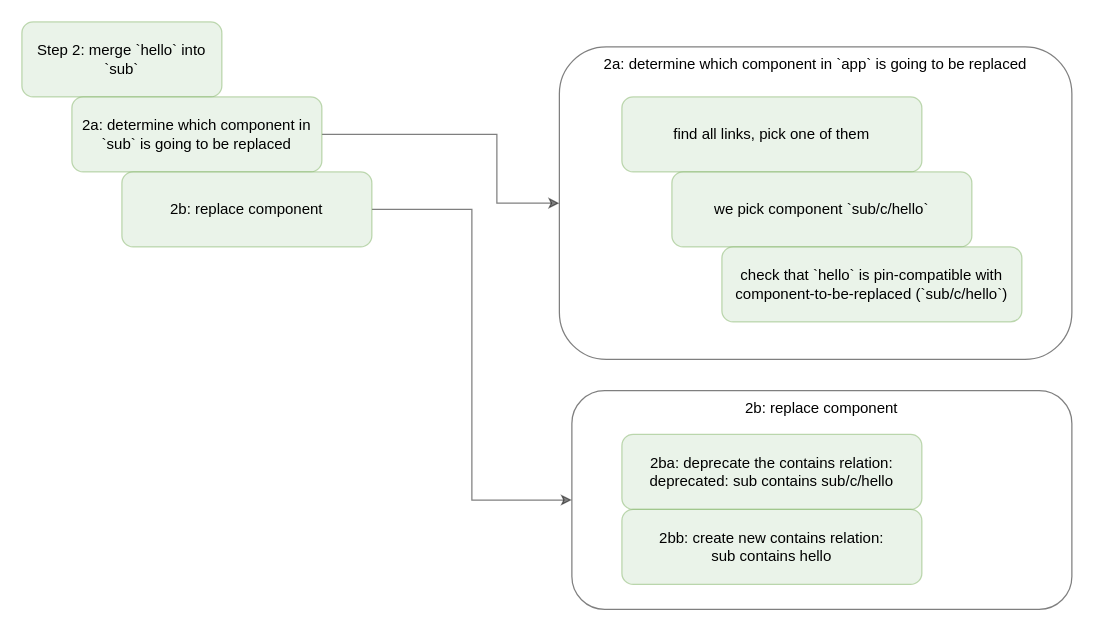
Above: page "Step 2 Overview" (9 of 13) of hello manual.drawio in guitarvydas/asc (draw.io), before the change. Source tidied: cells renumbered, new cells numbered last; positions are measured from the earlier drawing's top-left corner, leaving out a move shared by most shapes. Both pictures are drawn from the tidied source at 125%, with x=0, y=0 at pixel (21, 21).
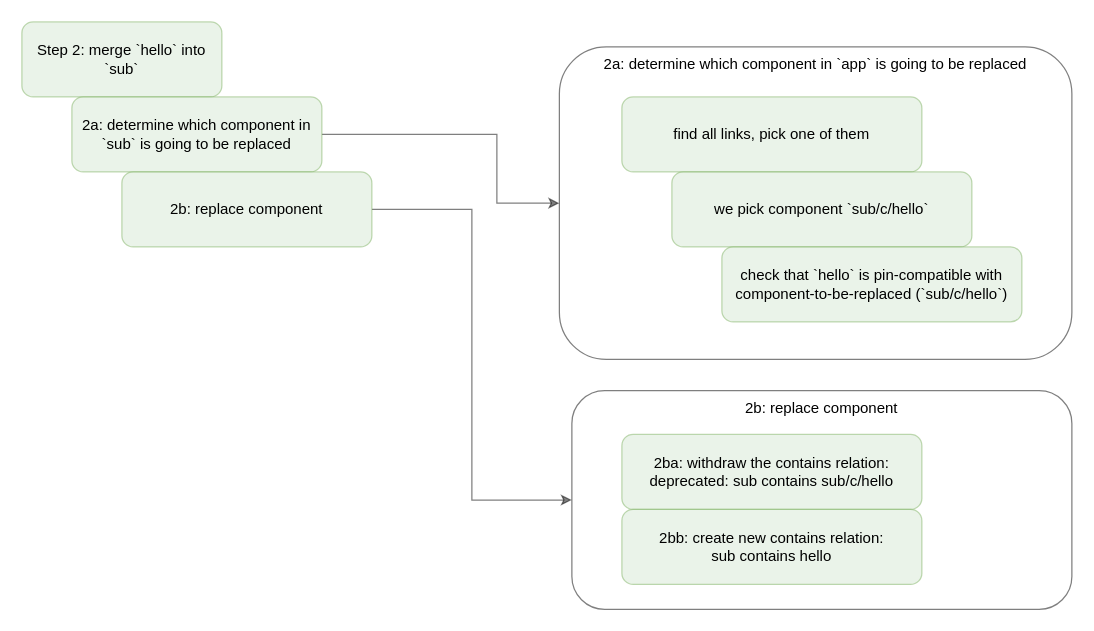
The same page after the edit.

Diff of the diagram source:
```diff
@@
 <mxGraphModel>
   <root>
     <mxCell id="0" />
     <mxCell id="1" parent="0" />
     <mxCell id="2" value="2b: replace component" style="rounded=1;whiteSpace=wrap;html=1;opacity=50;verticalAlign=top;" parent="1" vertex="1">
       <mxGeometry x="440" y="295" width="400" height="175" as="geometry" />
     </mxCell>
     <mxCell id="3" value="2a: determine which component in `app` is going to be replaced" style="rounded=1;whiteSpace=wrap;html=1;opacity=50;verticalAlign=top;" parent="1" vertex="1">
       <mxGeometry x="430" y="20" width="410" height="250" as="geometry" />
     </mxCell>
     <mxCell id="4" value="Step 2: merge `hello` into `sub`" style="rounded=1;whiteSpace=wrap;html=1;opacity=50;fillColor=#d5e8d4;strokeColor=#82b366;" parent="1" vertex="1">
       <mxGeometry width="160" height="60" as="geometry" />
     </mxCell>
     <mxCell id="5" style="edgeStyle=orthogonalEdgeStyle;rounded=0;jettySize=auto;html=1;exitX=1;exitY=0.5;exitDx=0;exitDy=0;entryX=0;entryY=0.5;entryDx=0;entryDy=0;opacity=50;" parent="1" edge="1" source="6" target="3">
       <mxGeometry relative="1" as="geometry">
         <Array as="points">
           <mxPoint x="380" y="90" />
           <mxPoint x="380" y="145" />
         </Array>
       </mxGeometry>
     </mxCell>
     <mxCell id="6" value="2a: determine which component in `sub` is going to be replaced" style="rounded=1;whiteSpace=wrap;html=1;opacity=50;fillColor=#d5e8d4;strokeColor=#82b366;" parent="1" vertex="1">
       <mxGeometry x="40" y="60" width="200" height="60" as="geometry" />
     </mxCell>
     <mxCell id="7" style="edgeStyle=orthogonalEdgeStyle;rounded=0;jettySize=auto;html=1;entryX=0;entryY=0.5;entryDx=0;entryDy=0;opacity=50;" parent="1" edge="1" source="8" target="2">
       <mxGeometry relative="1" as="geometry" />
     </mxCell>
     <mxCell id="8" value="2b: replace component" style="rounded=1;whiteSpace=wrap;html=1;opacity=50;fillColor=#d5e8d4;strokeColor=#82b366;" parent="1" vertex="1">
       <mxGeometry x="80" y="120" width="200" height="60" as="geometry" />
     </mxCell>
     <mxCell id="9" value="find all links, pick one of them" style="rounded=1;whiteSpace=wrap;html=1;opacity=50;fillColor=#d5e8d4;strokeColor=#82b366;" parent="1" vertex="1">
       <mxGeometry x="480" y="60" width="240" height="60" as="geometry" />
     </mxCell>
     <mxCell id="10" value="we pick component `sub/c/hello`" style="rounded=1;whiteSpace=wrap;html=1;opacity=50;fillColor=#d5e8d4;strokeColor=#82b366;" parent="1" vertex="1">
       <mxGeometry x="520" y="120" width="240" height="60" as="geometry" />
     </mxCell>
     <mxCell id="11" value="check that `hello` is pin-compatible with component-to-be-replaced (`sub/c/hello`)" style="rounded=1;whiteSpace=wrap;html=1;opacity=50;fillColor=#d5e8d4;strokeColor=#82b366;" parent="1" vertex="1">
       <mxGeometry x="560" y="180" width="240" height="60" as="geometry" />
     </mxCell>
-    <mxCell id="12" value="2ba: deprecate the contains relation:&lt;br&gt;deprecated: sub contains sub/c/hello" style="rounded=1;whiteSpace=wrap;html=1;opacity=50;fillColor=#d5e8d4;strokeColor=#82b366;" parent="1" vertex="1">
+    <mxCell id="12" value="2ba: withdraw the contains relation:&lt;br&gt;deprecated: sub contains sub/c/hello" style="rounded=1;whiteSpace=wrap;html=1;opacity=50;fillColor=#d5e8d4;strokeColor=#82b366;" parent="1" vertex="1">
       <mxGeometry x="480" y="330" width="240" height="60" as="geometry" />
     </mxCell>
     <mxCell id="13" value="2bb: create new contains relation:&lt;br&gt;sub contains hello" style="rounded=1;whiteSpace=wrap;html=1;opacity=50;fillColor=#d5e8d4;strokeColor=#82b366;" parent="1" vertex="1">
       <mxGeometry x="480" y="390" width="240" height="60" as="geometry" />
     </mxCell>
   </root>
 </mxGraphModel>
```
